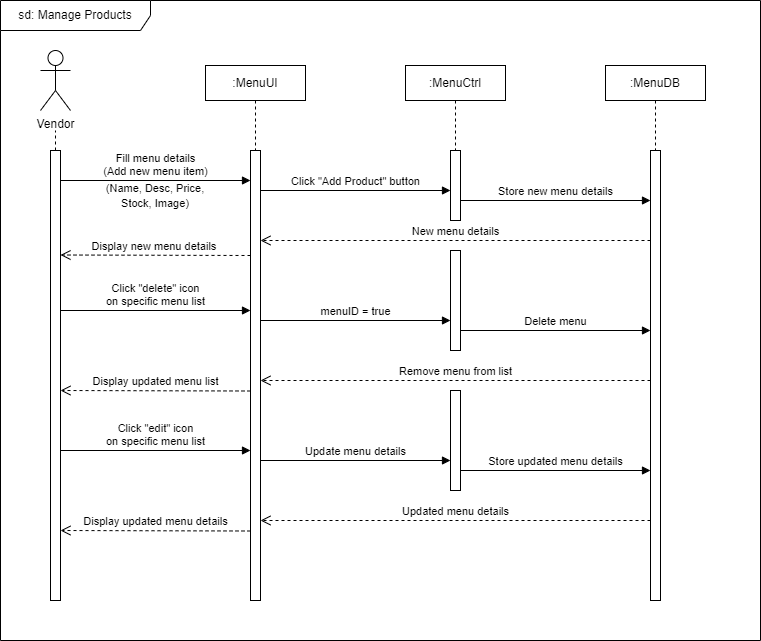
Above: sequence.drawio.png in sofeae/bazaarease (draw.io), before the change. Source tidied: cells renumbered, new cells last; positions are measured from the earlier drawing's top-left corner, leaving out a move shared by most shapes.
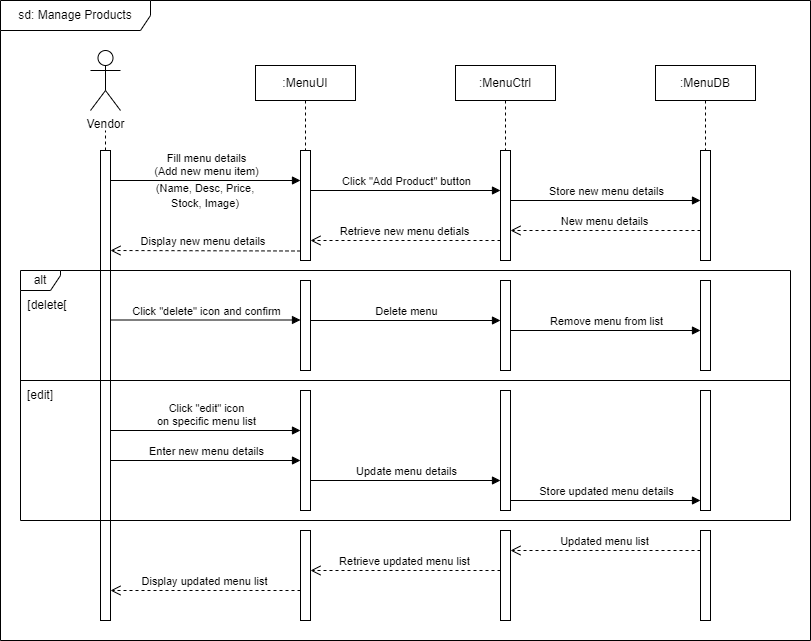
Later version of the same file.

The edit, as a diff of the source:
```diff
@@ -3,45 +3,45 @@
     <mxCell id="0" />
     <mxCell id="1" parent="0" />
     <mxCell id="2" value="sd: Manage Products" style="shape=umlFrame;whiteSpace=wrap;html=1;width=150;height=30;" parent="1" vertex="1">
-      <mxGeometry width="760" height="640" as="geometry" />
+      <mxGeometry x="-50" width="810" height="640" as="geometry" />
     </mxCell>
-    <mxCell id="3" style="html=1;points=[[0,0,0,0,5],[0,1,0,0,-5],[1,0,0,0,5],[1,1,0,0,-5]];perimeter=orthogonalPerimeter;outlineConnect=0;targetShapes=umlLifeline;portConstraint=eastwest;newEdgeStyle={&quot;curved&quot;:0,&quot;rounded&quot;:0};" parent="1" vertex="1">
-      <mxGeometry x="250" y="150" width="10" height="450" as="geometry" />
-    </mxCell>
+    <mxCell id="30" style="html=1;points=[[0,0,0,0,5],[0,1,0,0,-5],[1,0,0,0,5],[1,1,0,0,-5]];perimeter=orthogonalPerimeter;outlineConnect=0;targetShapes=umlLifeline;portConstraint=eastwest;newEdgeStyle={&quot;curved&quot;:0,&quot;rounded&quot;:0};" parent="1" vertex="1">
+      <mxGeometry x="250" y="150" width="10" height="110" as="geometry" />
+    </mxCell>
-    <mxCell id="4" value="Fill menu details &lt;br&gt;(Add new menu item)" style="html=1;verticalAlign=bottom;endArrow=block;curved=0;rounded=0;" parent="1" edge="1" target="3">
+    <mxCell id="4" value="Fill menu details &lt;br&gt;(Add new menu item)" style="html=1;verticalAlign=bottom;endArrow=block;curved=0;rounded=0;" parent="1" edge="1" target="30">
       <mxGeometry relative="1" as="geometry">
         <mxPoint x="60" y="180" as="sourcePoint" />
       </mxGeometry>
     </mxCell>
     <mxCell id="5" value="New menu details" style="html=1;verticalAlign=bottom;endArrow=open;dashed=1;endSize=8;curved=0;rounded=0;" parent="1" edge="1">
       <mxGeometry relative="1" as="geometry">
-        <mxPoint x="650" y="240" as="sourcePoint" />
-        <mxPoint x="260" y="240" as="targetPoint" />
+        <mxPoint x="650" y="230" as="sourcePoint" />
+        <mxPoint x="460" y="230" as="targetPoint" />
       </mxGeometry>
     </mxCell>
-    <mxCell id="6" style="html=1;points=[[0,0,0,0,5],[0,1,0,0,-5],[1,0,0,0,5],[1,1,0,0,-5]];perimeter=orthogonalPerimeter;outlineConnect=0;targetShapes=umlLifeline;portConstraint=eastwest;newEdgeStyle={&quot;curved&quot;:0,&quot;rounded&quot;:0};" parent="1" vertex="1">
-      <mxGeometry x="450" y="150" width="10" height="70" as="geometry" />
-    </mxCell>
-    <mxCell id="7" style="html=1;perimeter=orthogonalPerimeter;targetShapes=umlLifeline;newEdgeStyle={&quot;curved&quot;:0,&quot;rounded&quot;:0};" parent="1" vertex="1">
-      <mxGeometry x="650" y="150" width="10" height="450" as="geometry" />
-    </mxCell>
-    <mxCell id="8" style="html=1;perimeter=orthogonalPerimeter;targetShapes=umlLifeline;newEdgeStyle={&quot;curved&quot;:0,&quot;rounded&quot;:0};" parent="1" vertex="1">
-      <mxGeometry x="50" y="150" width="10" height="450" as="geometry" />
-    </mxCell>
+    <mxCell id="31" style="html=1;points=[[0,0,0,0,5],[0,1,0,0,-5],[1,0,0,0,5],[1,1,0,0,-5]];perimeter=orthogonalPerimeter;outlineConnect=0;targetShapes=umlLifeline;portConstraint=eastwest;newEdgeStyle={&quot;curved&quot;:0,&quot;rounded&quot;:0};" parent="1" vertex="1">
+      <mxGeometry x="450" y="150" width="10" height="110" as="geometry" />
+    </mxCell>
+    <mxCell id="32" style="html=1;perimeter=orthogonalPerimeter;targetShapes=umlLifeline;newEdgeStyle={&quot;curved&quot;:0,&quot;rounded&quot;:0};" parent="1" vertex="1">
+      <mxGeometry x="650" y="150" width="10" height="110" as="geometry" />
+    </mxCell>
+    <mxCell id="33" style="html=1;perimeter=orthogonalPerimeter;targetShapes=umlLifeline;newEdgeStyle={&quot;curved&quot;:0,&quot;rounded&quot;:0};" parent="1" vertex="1">
+      <mxGeometry x="50" y="150" width="10" height="470" as="geometry" />
+    </mxCell>
     <mxCell id="9" value="&lt;font style=&quot;font-size: 11px;&quot;&gt;(Name, Desc, Price, &lt;br&gt;Stock, Image)&lt;/font&gt;" style="text;html=1;strokeColor=none;fillColor=none;align=center;verticalAlign=middle;whiteSpace=wrap;rounded=0;" parent="1" vertex="1">
       <mxGeometry x="80" y="180" width="150" height="30" as="geometry" />
     </mxCell>
-    <mxCell id="10" value="Click &quot;Add Product&quot; button" style="html=1;verticalAlign=bottom;endArrow=block;curved=0;rounded=0;" parent="1" edge="1" target="6">
+    <mxCell id="10" value="Click &quot;Add Product&quot; button" style="html=1;verticalAlign=bottom;endArrow=block;curved=0;rounded=0;" parent="1" edge="1" target="31">
       <mxGeometry relative="1" as="geometry">
         <mxPoint x="260" y="190" as="sourcePoint" />
       </mxGeometry>
     </mxCell>
-    <mxCell id="11" value="Click &quot;delete&quot; icon&lt;br&gt;on specific menu list" style="html=1;verticalAlign=bottom;endArrow=block;curved=0;rounded=0;" parent="1" edge="1">
-      <mxGeometry relative="1" as="geometry">
-        <mxPoint x="60" y="310" as="sourcePoint" />
-        <mxPoint x="250" y="310" as="targetPoint" />
-      </mxGeometry>
-    </mxCell>
+    <mxCell id="34" value="Enter new menu details" style="html=1;verticalAlign=bottom;endArrow=block;curved=0;rounded=0;" parent="1" edge="1">
+      <mxGeometry relative="1" as="geometry">
+        <mxPoint x="60" y="460" as="sourcePoint" />
+        <mxPoint x="250" y="460" as="targetPoint" />
+      </mxGeometry>
+    </mxCell>
     <mxCell id="12" value="Store new menu details" style="html=1;verticalAlign=bottom;endArrow=block;curved=0;rounded=0;" parent="1" edge="1">
       <mxGeometry relative="1" as="geometry">
         <mxPoint x="460" y="200" as="sourcePoint" />
@@ -50,37 +50,22 @@
     </mxCell>
     <mxCell id="13" value="Display new menu details&amp;nbsp;" style="html=1;verticalAlign=bottom;endArrow=open;dashed=1;endSize=8;curved=0;rounded=0;" parent="1" edge="1">
       <mxGeometry relative="1" as="geometry">
-        <mxPoint x="250" y="255" as="sourcePoint" />
-        <mxPoint x="60" y="254.5" as="targetPoint" />
+        <mxPoint x="250" y="250.5" as="sourcePoint" />
+        <mxPoint x="60" y="250" as="targetPoint" />
       </mxGeometry>
     </mxCell>
-    <mxCell id="14" style="html=1;perimeter=orthogonalPerimeter;targetShapes=umlLifeline;newEdgeStyle={&quot;curved&quot;:0,&quot;rounded&quot;:0};" parent="1" vertex="1">
-      <mxGeometry x="450" y="250" width="10" height="100" as="geometry" />
-    </mxCell>
-    <mxCell id="15" value="menuID = true" style="html=1;verticalAlign=bottom;endArrow=block;curved=0;rounded=0;" parent="1" edge="1">
-      <mxGeometry relative="1" as="geometry">
-        <mxPoint x="260" y="320" as="sourcePoint" />
-        <mxPoint x="450" y="320" as="targetPoint" />
-      </mxGeometry>
-    </mxCell>
     <mxCell id="16" value="Delete menu" style="html=1;verticalAlign=bottom;endArrow=block;curved=0;rounded=0;" parent="1" edge="1">
       <mxGeometry relative="1" as="geometry">
-        <mxPoint x="460" y="330" as="sourcePoint" />
-        <mxPoint x="650" y="330" as="targetPoint" />
+        <mxPoint x="260" y="320" as="sourcePoint" />
+        <mxPoint x="450" y="320" as="targetPoint" />
       </mxGeometry>
     </mxCell>
-    <mxCell id="17" value="Remove menu from list" style="html=1;verticalAlign=bottom;endArrow=open;dashed=1;endSize=8;curved=0;rounded=0;" parent="1" edge="1">
+    <mxCell id="17" value="Remove menu from list" style="html=1;verticalAlign=bottom;endArrow=block;curved=0;rounded=0;" parent="1" edge="1">
       <mxGeometry relative="1" as="geometry">
-        <mxPoint x="650" y="380" as="sourcePoint" />
-        <mxPoint x="260" y="380" as="targetPoint" />
+        <mxPoint x="460" y="330" as="sourcePoint" />
+        <mxPoint x="650" y="330" as="targetPoint" />
       </mxGeometry>
     </mxCell>
-    <mxCell id="18" value="Display updated menu list" style="html=1;verticalAlign=bottom;endArrow=open;dashed=1;endSize=8;curved=0;rounded=0;" parent="1" edge="1">
-      <mxGeometry relative="1" as="geometry">
-        <mxPoint x="250" y="390.5" as="sourcePoint" />
-        <mxPoint x="60" y="390" as="targetPoint" />
-      </mxGeometry>
-    </mxCell>
     <mxCell id="19" value=":MenuUI" style="shape=umlLifeline;perimeter=lifelinePerimeter;whiteSpace=wrap;html=1;newEdgeStyle={&quot;curved&quot;:0,&quot;rounded&quot;:0};size=35;" parent="1" vertex="1">
       <mxGeometry x="205" y="65" width="100" height="85" as="geometry" />
     </mxCell>
@@ -93,47 +78,108 @@
     <mxCell id="22" value="Vendor" style="shape=umlActor;verticalLabelPosition=bottom;verticalAlign=top;html=1;" parent="1" vertex="1">
       <mxGeometry x="40" y="50" width="30" height="60" as="geometry" />
     </mxCell>
-    <mxCell id="23" style="endArrow=none;dashed=1;html=1;rounded=0;" parent="1" edge="1">
-      <mxGeometry relative="1" as="geometry">
-        <mxPoint x="55" y="150" as="sourcePoint" />
-        <mxPoint x="55" y="130" as="targetPoint" />
-        <Array as="points">
-          <mxPoint x="55" y="140" />
-        </Array>
-      </mxGeometry>
-    </mxCell>
+    <mxCell id="35" style="endArrow=none;dashed=1;html=1;rounded=0;" parent="1" edge="1">
+      <mxGeometry relative="1" as="geometry">
+        <mxPoint x="55" y="150" as="sourcePoint" />
+        <mxPoint x="55" y="130" as="targetPoint" />
+        <Array as="points">
+          <mxPoint x="55" y="140" />
+        </Array>
+      </mxGeometry>
+    </mxCell>
     <mxCell id="24" value="Click &quot;edit&quot; icon&lt;br&gt;on specific menu list" style="html=1;verticalAlign=bottom;endArrow=block;curved=0;rounded=0;" parent="1" edge="1">
       <mxGeometry relative="1" as="geometry">
-        <mxPoint x="60" y="450" as="sourcePoint" />
-        <mxPoint x="250" y="450" as="targetPoint" />
+        <mxPoint x="60" y="430" as="sourcePoint" />
+        <mxPoint x="250" y="430" as="targetPoint" />
       </mxGeometry>
     </mxCell>
-    <mxCell id="25" style="html=1;perimeter=orthogonalPerimeter;targetShapes=umlLifeline;newEdgeStyle={&quot;curved&quot;:0,&quot;rounded&quot;:0};" parent="1" vertex="1">
-      <mxGeometry x="450" y="390" width="10" height="100" as="geometry" />
-    </mxCell>
     <mxCell id="26" value="Update menu details" style="html=1;verticalAlign=bottom;endArrow=block;curved=0;rounded=0;" parent="1" edge="1">
       <mxGeometry relative="1" as="geometry">
-        <mxPoint x="260" y="460" as="sourcePoint" />
-        <mxPoint x="450" y="460" as="targetPoint" />
+        <mxPoint x="260" y="480" as="sourcePoint" />
+        <mxPoint x="450" y="480" as="targetPoint" />
       </mxGeometry>
     </mxCell>
     <mxCell id="27" value="Store updated menu details" style="html=1;verticalAlign=bottom;endArrow=block;curved=0;rounded=0;" parent="1" edge="1">
       <mxGeometry relative="1" as="geometry">
-        <mxPoint x="460" y="470" as="sourcePoint" />
-        <mxPoint x="650" y="470" as="targetPoint" />
+        <mxPoint x="460" y="500" as="sourcePoint" />
+        <mxPoint x="650" y="500" as="targetPoint" />
       </mxGeometry>
     </mxCell>
-    <mxCell id="28" value="Updated menu details" style="html=1;verticalAlign=bottom;endArrow=open;dashed=1;endSize=8;curved=0;rounded=0;" parent="1" edge="1">
-      <mxGeometry relative="1" as="geometry">
-        <mxPoint x="650" y="520" as="sourcePoint" />
-        <mxPoint x="260" y="520" as="targetPoint" />
-      </mxGeometry>
-    </mxCell>
-    <mxCell id="29" value="Display updated menu details" style="html=1;verticalAlign=bottom;endArrow=open;dashed=1;endSize=8;curved=0;rounded=0;" parent="1" edge="1">
-      <mxGeometry relative="1" as="geometry">
-        <mxPoint x="250" y="530.5" as="sourcePoint" />
-        <mxPoint x="60" y="530" as="targetPoint" />
-      </mxGeometry>
-    </mxCell>
+    <mxCell id="36" value="Retrieve new menu detials" style="html=1;verticalAlign=bottom;endArrow=open;dashed=1;endSize=8;curved=0;rounded=0;" parent="1" edge="1">
+      <mxGeometry relative="1" as="geometry">
+        <mxPoint x="450" y="240" as="sourcePoint" />
+        <mxPoint x="260" y="240" as="targetPoint" />
+      </mxGeometry>
+    </mxCell>
+    <mxCell id="37" value="Click &quot;delete&quot; icon and confirm" style="html=1;verticalAlign=bottom;endArrow=block;curved=0;rounded=0;" parent="1" edge="1">
+      <mxGeometry relative="1" as="geometry">
+        <mxPoint x="60" y="319.5" as="sourcePoint" />
+        <mxPoint x="250" y="319.5" as="targetPoint" />
+      </mxGeometry>
+    </mxCell>
+    <mxCell id="38" value="alt" style="shape=umlFrame;whiteSpace=wrap;html=1;width=40;height=20;" parent="1" vertex="1">
+      <mxGeometry x="-30" y="270" width="770" height="250" as="geometry" />
+    </mxCell>
+    <mxCell id="39" value="[delete[" style="text;html=1;strokeColor=none;fillColor=none;align=center;verticalAlign=middle;whiteSpace=wrap;rounded=0;" parent="1" vertex="1">
+      <mxGeometry x="-33" y="290" width="60" height="30" as="geometry" />
+    </mxCell>
+    <mxCell id="40" style="endArrow=none;html=1;rounded=0;" parent="1" edge="1">
+      <mxGeometry relative="1" as="geometry">
+        <mxPoint x="-30" y="380" as="sourcePoint" />
+        <mxPoint x="740" y="380" as="targetPoint" />
+      </mxGeometry>
+    </mxCell>
+    <mxCell id="41" value="[edit]" style="text;html=1;strokeColor=none;fillColor=none;align=center;verticalAlign=middle;whiteSpace=wrap;rounded=0;" parent="1" vertex="1">
+      <mxGeometry x="-40" y="380" width="60" height="30" as="geometry" />
+    </mxCell>
+    <mxCell id="42" value="Updated menu list" style="html=1;verticalAlign=bottom;endArrow=open;dashed=1;endSize=8;curved=0;rounded=0;" parent="1" edge="1">
+      <mxGeometry relative="1" as="geometry">
+        <mxPoint x="650" y="550" as="sourcePoint" />
+        <mxPoint x="460" y="550" as="targetPoint" />
+      </mxGeometry>
+    </mxCell>
+    <mxCell id="43" value="Retrieve updated menu list" style="html=1;verticalAlign=bottom;endArrow=open;dashed=1;endSize=8;curved=0;rounded=0;" parent="1" edge="1" source="52">
+      <mxGeometry relative="1" as="geometry">
+        <mxPoint x="260" y="570" as="targetPoint" />
+      </mxGeometry>
+    </mxCell>
+    <mxCell id="18" value="Display updated menu list" style="html=1;verticalAlign=bottom;endArrow=open;dashed=1;endSize=8;curved=0;rounded=0;" parent="1" edge="1">
+      <mxGeometry relative="1" as="geometry">
+        <mxPoint x="250" y="590" as="sourcePoint" />
+        <mxPoint x="60" y="590" as="targetPoint" />
+      </mxGeometry>
+    </mxCell>
+    <mxCell id="44" style="html=1;perimeter=orthogonalPerimeter;targetShapes=umlLifeline;newEdgeStyle={&quot;curved&quot;:0,&quot;rounded&quot;:0};" parent="1" vertex="1">
+      <mxGeometry x="250" y="280" width="10" height="90" as="geometry" />
+    </mxCell>
+    <mxCell id="45" style="html=1;perimeter=orthogonalPerimeter;targetShapes=umlLifeline;newEdgeStyle={&quot;curved&quot;:0,&quot;rounded&quot;:0};" parent="1" vertex="1">
+      <mxGeometry x="250" y="390" width="10" height="120" as="geometry" />
+    </mxCell>
+    <mxCell id="46" style="html=1;perimeter=orthogonalPerimeter;targetShapes=umlLifeline;newEdgeStyle={&quot;curved&quot;:0,&quot;rounded&quot;:0};" parent="1" vertex="1">
+      <mxGeometry x="450" y="390" width="10" height="120" as="geometry" />
+    </mxCell>
+    <mxCell id="47" style="html=1;perimeter=orthogonalPerimeter;targetShapes=umlLifeline;newEdgeStyle={&quot;curved&quot;:0,&quot;rounded&quot;:0};" parent="1" vertex="1">
+      <mxGeometry x="450" y="280" width="10" height="90" as="geometry" />
+    </mxCell>
+    <mxCell id="48" style="html=1;perimeter=orthogonalPerimeter;targetShapes=umlLifeline;newEdgeStyle={&quot;curved&quot;:0,&quot;rounded&quot;:0};" parent="1" vertex="1">
+      <mxGeometry x="650" y="280" width="10" height="90" as="geometry" />
+    </mxCell>
+    <mxCell id="49" style="html=1;perimeter=orthogonalPerimeter;targetShapes=umlLifeline;newEdgeStyle={&quot;curved&quot;:0,&quot;rounded&quot;:0};" parent="1" vertex="1">
+      <mxGeometry x="650" y="390" width="10" height="120" as="geometry" />
+    </mxCell>
+    <mxCell id="50" style="html=1;perimeter=orthogonalPerimeter;targetShapes=umlLifeline;newEdgeStyle={&quot;curved&quot;:0,&quot;rounded&quot;:0};" parent="1" vertex="1">
+      <mxGeometry x="650" y="530" width="10" height="90" as="geometry" />
+    </mxCell>
+    <mxCell id="51" style="html=1;verticalAlign=bottom;endArrow=open;dashed=1;endSize=8;curved=0;rounded=0;" parent="1" edge="1" target="52">
+      <mxGeometry relative="1" as="geometry">
+        <mxPoint x="450" y="570" as="sourcePoint" />
+      </mxGeometry>
+    </mxCell>
+    <mxCell id="52" style="html=1;points=[[0,0,0,0,5],[0,1,0,0,-5],[1,0,0,0,5],[1,1,0,0,-5]];perimeter=orthogonalPerimeter;outlineConnect=0;targetShapes=umlLifeline;portConstraint=eastwest;newEdgeStyle={&quot;curved&quot;:0,&quot;rounded&quot;:0};" parent="1" vertex="1">
+      <mxGeometry x="450" y="530" width="10" height="90" as="geometry" />
+    </mxCell>
+    <mxCell id="53" style="html=1;perimeter=orthogonalPerimeter;targetShapes=umlLifeline;newEdgeStyle={&quot;curved&quot;:0,&quot;rounded&quot;:0};" parent="1" vertex="1">
+      <mxGeometry x="250" y="530" width="10" height="90" as="geometry" />
+    </mxCell>
   </root>
 </mxGraphModel>
```
